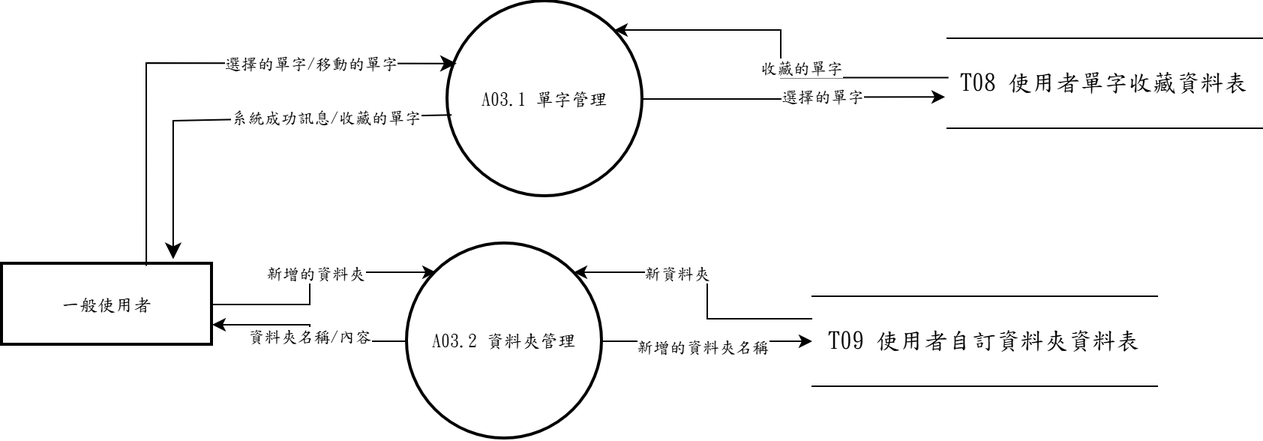
Above: 系統文件/第6章/DFD圖/圖3/新/圖3.drawio.png in s22452007/115502 (draw.io), before the change. Source tidied: cells renumbered, new cells last; positions are measured from the earlier drawing's top-left corner, leaving out a move shared by most shapes. The source it was exported from:
```xml
<mxGraphModel>
  <root>
    <mxCell id="0" />
    <mxCell id="1" parent="0" />
    <mxCell id="2" style="edgeStyle=orthogonalEdgeStyle;rounded=0;jettySize=auto;html=1;entryX=0;entryY=0;entryDx=0;entryDy=0;" parent="1" edge="1" source="4" target="22">
      <mxGeometry relative="1" as="geometry" />
    </mxCell>
    <mxCell id="3" value="新增的資料夾" style="edgeLabel;html=1;align=center;verticalAlign=middle;fontFamily=標楷體;" parent="2" vertex="1">
      <mxGeometry x="0.05" relative="1" as="geometry" />
    </mxCell>
    <mxCell id="4" value="一般使用者" style="whiteSpace=wrap;strokeWidth=2;fontFamily=標楷體;" parent="1" vertex="1">
      <mxGeometry y="175.5" width="140" height="54" as="geometry" />
    </mxCell>
    <mxCell id="5" value="A03.1 單字管理" style="ellipse;strokeWidth=2;whiteSpace=wrap;fontFamily=標楷體;" parent="1" vertex="1">
      <mxGeometry x="297" y="0.5" width="130" height="130" as="geometry" />
    </mxCell>
    <mxCell id="6" value="&lt;span lang=&quot;EN-US&quot; style=&quot;font-size: 12pt;&quot;&gt;T08&amp;nbsp;&lt;/span&gt;&lt;span style=&quot;font-size: 12pt;&quot;&gt;使用者單字收藏資料表&lt;/span&gt;" style="shape=partialRectangle;whiteSpace=wrap;html=1;left=0;right=0;fontFamily=標楷體;" parent="1" vertex="1">
      <mxGeometry x="630" y="25" width="210" height="60" as="geometry" />
    </mxCell>
    <mxCell id="7" style="edgeStyle=orthogonalEdgeStyle;rounded=0;jettySize=auto;html=1;exitX=0;exitY=0.25;exitDx=0;exitDy=0;entryX=1;entryY=0;entryDx=0;entryDy=0;" parent="1" edge="1" source="9" target="22">
      <mxGeometry relative="1" as="geometry" />
    </mxCell>
    <mxCell id="8" value="新資料夾" style="edgeLabel;html=1;align=center;verticalAlign=middle;fontFamily=標楷體;" parent="7" vertex="1">
      <mxGeometry x="0.28" relative="1" as="geometry" />
    </mxCell>
    <mxCell id="9" value="&lt;span lang=&quot;EN-US&quot; style=&quot;font-size: 12pt;&quot;&gt;T09&amp;nbsp;&lt;/span&gt;&lt;span style=&quot;font-size: 12pt;&quot;&gt;使用者自訂資料夾資料表&lt;/span&gt;" style="shape=partialRectangle;whiteSpace=wrap;html=1;left=0;right=0;fontFamily=標楷體;" parent="1" vertex="1">
      <mxGeometry x="540" y="197" width="230" height="60" as="geometry" />
    </mxCell>
    <mxCell id="10" style="edgeStyle=none;curved=0;rounded=0;jettySize=auto;html=1;exitX=0.686;exitY=0.023;exitDx=0;exitDy=0;entryX=0.046;entryY=0.318;entryDx=0;entryDy=0;fontSize=12;startSize=8;endSize=8;entryPerimeter=0;exitPerimeter=0;fontFamily=標楷體;" parent="1" edge="1" source="4" target="5">
      <mxGeometry relative="1" as="geometry">
        <Array as="points">
          <mxPoint x="96" y="41.5" />
        </Array>
      </mxGeometry>
    </mxCell>
    <mxCell id="11" value="選擇的單字/移動的單字" style="edgeLabel;html=1;align=center;verticalAlign=middle;fontFamily=標楷體;" parent="10" vertex="1">
      <mxGeometry x="0.03" y="-3" relative="1" as="geometry">
        <mxPoint x="69" y="-3" as="offset" />
      </mxGeometry>
    </mxCell>
    <mxCell id="12" style="edgeStyle=none;curved=0;rounded=0;jettySize=auto;html=1;exitX=0.02;exitY=0.582;exitDx=0;exitDy=0;fontSize=12;startSize=8;endSize=8;exitPerimeter=0;entryX=0.814;entryY=-0.061;entryDx=0;entryDy=0;fontFamily=標楷體;entryPerimeter=0;" parent="1" edge="1" source="5" target="4">
      <mxGeometry relative="1" as="geometry">
        <Array as="points">
          <mxPoint x="114" y="80" />
        </Array>
      </mxGeometry>
    </mxCell>
    <mxCell id="13" value="系統成功訊息/收藏的單字" style="edgeLabel;html=1;align=center;verticalAlign=middle;fontFamily=標楷體;" parent="12" vertex="1">
      <mxGeometry x="-0.23" y="-1" relative="1" as="geometry">
        <mxPoint x="23" as="offset" />
      </mxGeometry>
    </mxCell>
    <mxCell id="14" style="rounded=0;jettySize=auto;html=1;entryX=1;entryY=0;entryDx=0;entryDy=0;exitX=0.004;exitY=0.438;exitDx=0;exitDy=0;edgeStyle=elbowEdgeStyle;exitPerimeter=0;fontFamily=標楷體;" parent="1" edge="1" source="6" target="5">
      <mxGeometry relative="1" as="geometry" />
    </mxCell>
    <mxCell id="15" value="收藏的單字" style="edgeLabel;html=1;align=center;verticalAlign=middle;fontFamily=標楷體;" parent="14" vertex="1">
      <mxGeometry x="0.14" y="-1" relative="1" as="geometry">
        <mxPoint x="15" y="26" as="offset" />
      </mxGeometry>
    </mxCell>
    <mxCell id="16" style="rounded=0;jettySize=auto;html=1;exitX=1;exitY=0.5;exitDx=0;exitDy=0;edgeStyle=orthogonalEdgeStyle;fontFamily=標楷體;elbow=vertical;entryX=-0.007;entryY=0.653;entryDx=0;entryDy=0;entryPerimeter=0;" parent="1" edge="1" source="5" target="6">
      <mxGeometry relative="1" as="geometry" />
    </mxCell>
    <mxCell id="17" value="選擇的單字" style="edgeLabel;html=1;align=center;verticalAlign=middle;fontFamily=標楷體;" parent="16" vertex="1">
      <mxGeometry x="0.35" y="-7" relative="1" as="geometry">
        <mxPoint x="-16" y="-8" as="offset" />
      </mxGeometry>
    </mxCell>
    <mxCell id="18" style="rounded=0;jettySize=auto;html=1;exitX=1;exitY=0.5;exitDx=0;exitDy=0;fontFamily=標楷體;" parent="1" edge="1" source="22" target="9">
      <mxGeometry relative="1" as="geometry" />
    </mxCell>
    <mxCell id="19" value="新增的資料夾名稱" style="edgeLabel;html=1;align=center;verticalAlign=middle;fontFamily=標楷體;" parent="18" vertex="1">
      <mxGeometry x="0.05" y="-7" relative="1" as="geometry">
        <mxPoint x="-7" y="-4" as="offset" />
      </mxGeometry>
    </mxCell>
    <mxCell id="20" style="edgeStyle=orthogonalEdgeStyle;rounded=0;jettySize=auto;html=1;entryX=1;entryY=0.75;entryDx=0;entryDy=0;" parent="1" edge="1" source="22" target="4">
      <mxGeometry relative="1" as="geometry" />
    </mxCell>
    <mxCell id="21" value="資料夾名稱/內容" style="edgeLabel;html=1;align=center;verticalAlign=middle;fontFamily=標楷體;" parent="20" vertex="1">
      <mxGeometry x="-0.02" y="1" relative="1" as="geometry" />
    </mxCell>
    <mxCell id="22" value="A03.2 資料夾管理" style="ellipse;strokeWidth=2;whiteSpace=wrap;fontFamily=標楷體;" parent="1" vertex="1">
      <mxGeometry x="270" y="162" width="130" height="130" as="geometry" />
    </mxCell>
  </root>
</mxGraphModel>
```
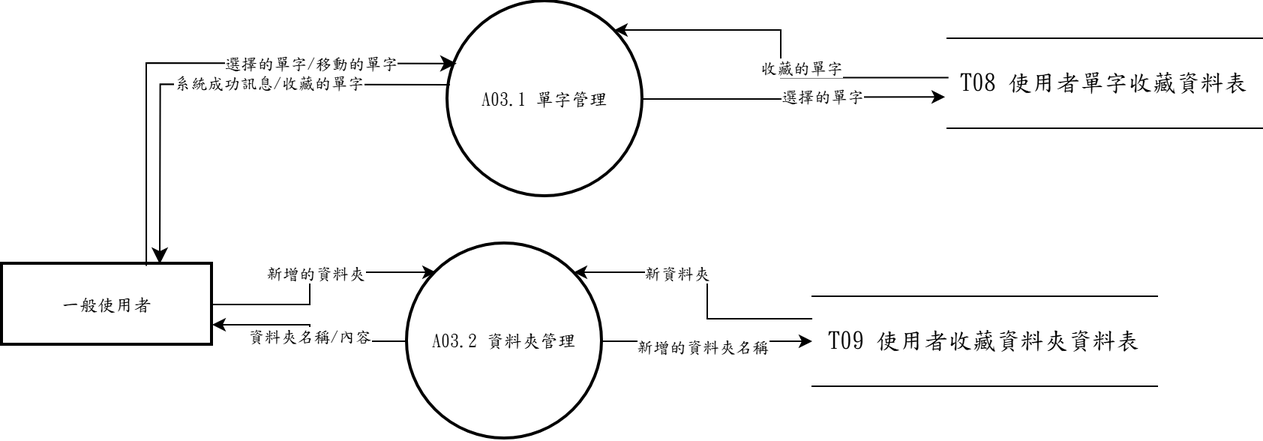
The same diagram one commit later.

The edit, as a diff of the source:
```diff
@@ -23,7 +23,7 @@
     <mxCell id="8" value="新資料夾" style="edgeLabel;html=1;align=center;verticalAlign=middle;fontFamily=標楷體;" parent="7" vertex="1">
       <mxGeometry x="0.28" relative="1" as="geometry" />
     </mxCell>
-    <mxCell id="9" value="&lt;span lang=&quot;EN-US&quot; style=&quot;font-size: 12pt;&quot;&gt;T09&amp;nbsp;&lt;/span&gt;&lt;span style=&quot;font-size: 12pt;&quot;&gt;使用者自訂資料夾資料表&lt;/span&gt;" style="shape=partialRectangle;whiteSpace=wrap;html=1;left=0;right=0;fontFamily=標楷體;" parent="1" vertex="1">
+    <mxCell id="9" value="&lt;span lang=&quot;EN-US&quot; style=&quot;font-size: 12pt;&quot;&gt;T09&amp;nbsp;&lt;/span&gt;&lt;span style=&quot;font-size: 12pt;&quot;&gt;使用者收藏資料夾資料表&lt;/span&gt;" style="shape=partialRectangle;whiteSpace=wrap;html=1;left=0;right=0;fontFamily=標楷體;" parent="1" vertex="1">
       <mxGeometry x="540" y="197" width="230" height="60" as="geometry" />
     </mxCell>
     <mxCell id="10" style="edgeStyle=none;curved=0;rounded=0;jettySize=auto;html=1;exitX=0.686;exitY=0.023;exitDx=0;exitDy=0;entryX=0.046;entryY=0.318;entryDx=0;entryDy=0;fontSize=12;startSize=8;endSize=8;entryPerimeter=0;exitPerimeter=0;fontFamily=標楷體;" parent="1" edge="1" source="4" target="5">
@@ -38,17 +38,15 @@
         <mxPoint x="69" y="-3" as="offset" />
       </mxGeometry>
     </mxCell>
-    <mxCell id="12" style="edgeStyle=none;curved=0;rounded=0;jettySize=auto;html=1;exitX=0.02;exitY=0.582;exitDx=0;exitDy=0;fontSize=12;startSize=8;endSize=8;exitPerimeter=0;entryX=0.814;entryY=-0.061;entryDx=0;entryDy=0;fontFamily=標楷體;entryPerimeter=0;" parent="1" edge="1" source="5" target="4">
+    <mxCell id="12" style="edgeStyle=none;curved=0;rounded=0;jettySize=auto;html=1;exitX=0.011;exitY=0.427;exitDx=0;exitDy=0;fontSize=12;startSize=8;endSize=8;exitPerimeter=0;entryX=0.75;entryY=0;entryDx=0;entryDy=0;fontFamily=標楷體;" parent="1" edge="1" source="5" target="4">
       <mxGeometry relative="1" as="geometry">
         <Array as="points">
-          <mxPoint x="114" y="80" />
+          <mxPoint x="105.3" y="55.6" />
         </Array>
       </mxGeometry>
     </mxCell>
     <mxCell id="13" value="系統成功訊息/收藏的單字" style="edgeLabel;html=1;align=center;verticalAlign=middle;fontFamily=標楷體;" parent="12" vertex="1">
-      <mxGeometry x="-0.23" y="-1" relative="1" as="geometry">
-        <mxPoint x="23" as="offset" />
-      </mxGeometry>
+      <mxGeometry x="-0.23" y="-1" relative="1" as="geometry" />
     </mxCell>
     <mxCell id="14" style="rounded=0;jettySize=auto;html=1;entryX=1;entryY=0;entryDx=0;entryDy=0;exitX=0.004;exitY=0.438;exitDx=0;exitDy=0;edgeStyle=elbowEdgeStyle;exitPerimeter=0;fontFamily=標楷體;" parent="1" edge="1" source="6" target="5">
       <mxGeometry relative="1" as="geometry" />
```
